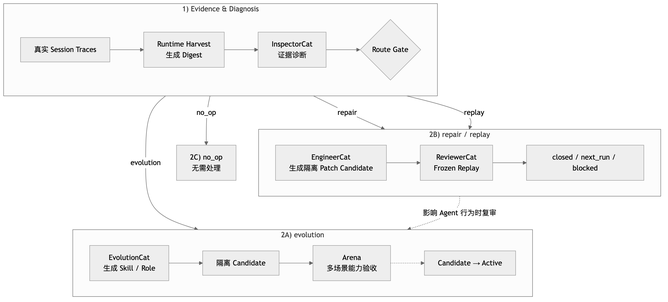
The Mermaid diagram assets/self-evolution-dag.png in fightheyyy/XiaoBa-CLI, before a commit. Its source is kept beside it as assets/self-evolution-dag.mmd.
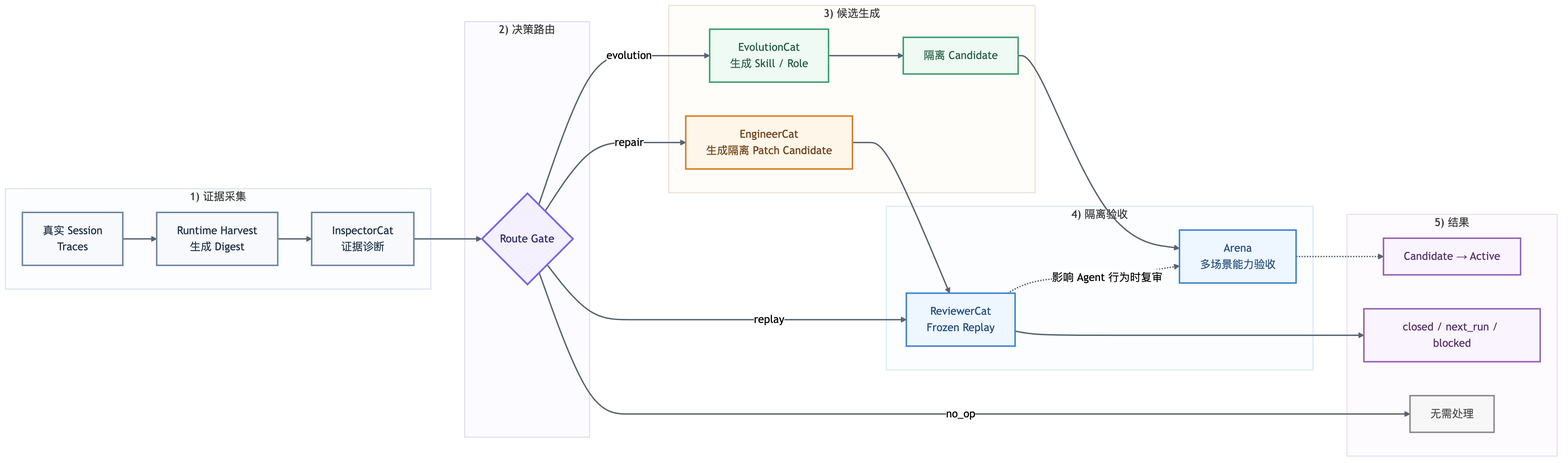
Later version of the same file.

Commit message:
docs: refine self-evolution DAG

Diff of the diagram source:
```diff
@@ -1,28 +1,64 @@
-flowchart TB
-    subgraph Intake["1) Evidence & Diagnosis"]
+flowchart LR
+    subgraph Evidence["1) 证据采集"]
         direction LR
-        Trace["真实 Session Traces"] --> Harvest["Runtime Harvest<br/>生成 Digest"]
+        Trace["真实 Session<br/>Traces"] --> Harvest["Runtime Harvest<br/>生成 Digest"]
         Harvest --> Inspector["InspectorCat<br/>证据诊断"]
-        Inspector --> Gate{"Route Gate"}
     end
 
-    subgraph EvolutionPath["2A) evolution"]
-        direction LR
-        Evolution["EvolutionCat<br/>生成 Skill / Role"] --> Candidate["隔离 Candidate"]
-        Candidate --> Arena["Arena<br/>多场景能力验收"]
-        Arena -.-> Active["Candidate → Active"]
+    subgraph Routing["2) 决策路由"]
+        Gate{"Route Gate"}
     end
 
-    subgraph RepairPath["2B) repair / replay"]
-        direction LR
-        Engineer["EngineerCat<br/>生成隔离 Patch Candidate"] --> Reviewer["ReviewerCat<br/>Frozen Replay"]
-        Reviewer --> ReviewEnd["closed / next_run / blocked"]
+    subgraph Generation["3) 候选生成"]
+        direction TB
+        Evolution["EvolutionCat<br/>生成 Skill / Role"] --> Candidate["隔离 Candidate"]
+        Engineer["EngineerCat<br/>生成隔离 Patch Candidate"]
     end
 
-    NoOp["2C) no_op<br/>无需处理"]
+    subgraph Verification["4) 隔离验收"]
+        direction TB
+        Arena["Arena<br/>多场景能力验收"]
+        Reviewer["ReviewerCat<br/>Frozen Replay"]
+    end
 
-    Intake -->|evolution| EvolutionPath
-    Intake -->|repair| RepairPath
-    Intake -->|replay| RepairPath
-    Intake -->|no_op| NoOp
-    RepairPath -.->|"影响 Agent 行为时复审"| EvolutionPath
+    subgraph Results["5) 结果"]
+        direction TB
+        Active["Candidate → Active"]
+        ReviewEnd["closed / next_run / blocked"]
+        NoOp["无需处理"]
+    end
+
+    Inspector --> Gate
+    Gate -->|evolution| Evolution
+    Gate -->|repair| Engineer
+    Gate -->|replay| Reviewer
+    Gate -->|no_op| NoOp
+    Candidate --> Arena
+    Engineer --> Reviewer
+    Reviewer -.->|"影响 Agent 行为时复审"| Arena
+    Arena -.-> Active
+    Reviewer --> ReviewEnd
+
+    classDef evidence fill:#f7f9fc,stroke:#6f86a3,stroke-width:2.2px,color:#203248;
+    classDef route fill:#f4f0ff,stroke:#7868e6,stroke-width:2.6px,color:#322a68;
+    classDef evolution fill:#eefaf3,stroke:#3f9d70,stroke-width:2.2px,color:#245f45;
+    classDef repair fill:#fff6ea,stroke:#dc7a24,stroke-width:2.2px,color:#704117;
+    classDef verify fill:#eef6ff,stroke:#3f83d1,stroke-width:2.2px,color:#244d7d;
+    classDef result fill:#faf4ff,stroke:#9662b7,stroke-width:2.2px,color:#55336a;
+    classDef noop fill:#f7f7f7,stroke:#8b8b8b,stroke-width:2.2px,color:#4d4d4d;
+
+    class Trace,Harvest,Inspector evidence;
+    class Gate route;
+    class Evolution,Candidate evolution;
+    class Engineer repair;
+    class Arena,Reviewer verify;
+    class Active,ReviewEnd result;
+    class NoOp noop;
+
+    style Evidence fill:#fcfdff,stroke:#d9e2ec,stroke-width:1.5px
+    style Routing fill:#fcfbff,stroke:#dfdaf6,stroke-width:1.5px
+    style Generation fill:#fffdf9,stroke:#eadfd2,stroke-width:1.5px
+    style Verification fill:#fbfdff,stroke:#d9e8f7,stroke-width:1.5px
+    style Results fill:#fefbff,stroke:#e8ddef,stroke-width:1.5px
+
+    linkStyle default stroke:#59636f,stroke-width:2px;
```
